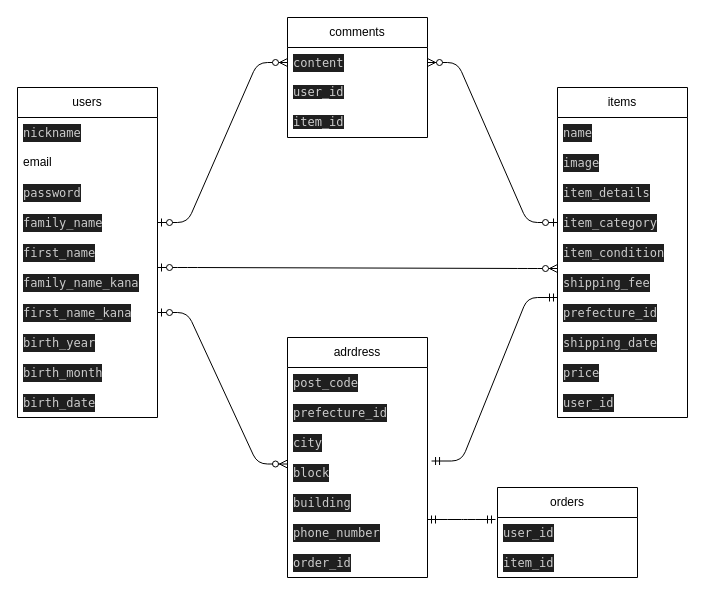
Before: db/database-furima.dio in kazue-totoro/furima-41356, a draw.io diagram. Source tidied: cells renumbered, new cells numbered last; positions are measured from the earlier drawing's top-left corner, leaving out a move shared by most shapes. Both pictures are drawn from the tidied source at 100%, with x=0, y=0 at pixel (17, 17).
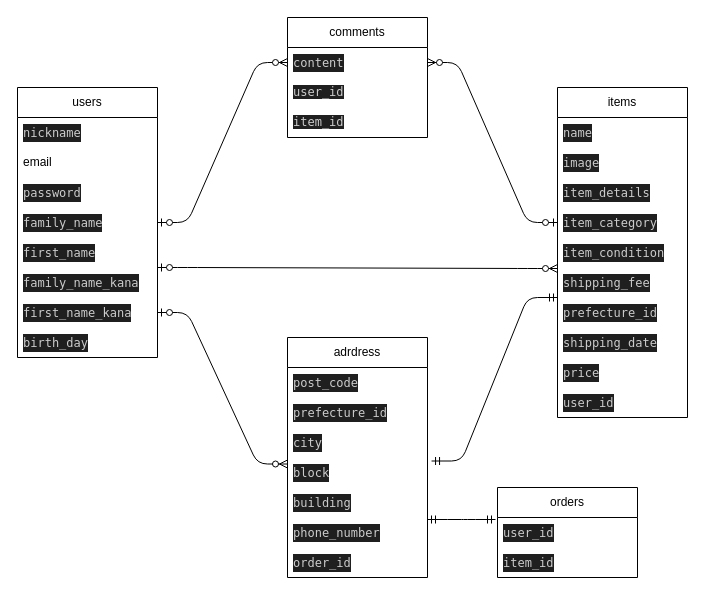
Above is the later version.

Commit message (it also covers changes not shown here):
設計情報の修正（README・ER図）

Diff of the diagram source:
```diff
@@
     <mxCell id="2" value="users" style="swimlane;fontStyle=0;horizontal=1;startSize=30;whiteSpace=wrap;html=1;" parent="1" vertex="1">
-      <mxGeometry y="70" width="140" height="330" as="geometry" />
+      <mxGeometry y="70" width="140" height="270" as="geometry" />
     </mxCell>
@@
-    <mxCell id="10" value="&lt;div style=&quot;color: rgb(204, 204, 204); background-color: rgb(31, 31, 31); font-family: Menlo, Monaco, &amp;quot;Courier New&amp;quot;, monospace; line-height: 18px;&quot;&gt;birth_year&lt;/div&gt;" style="text;strokeColor=none;fillColor=none;align=left;verticalAlign=middle;spacingLeft=4;spacingRight=4;overflow=hidden;whiteSpace=wrap;html=1;" parent="2" vertex="1">
+    <mxCell id="10" value="&lt;div style=&quot;color: rgb(204, 204, 204); background-color: rgb(31, 31, 31); font-family: Menlo, Monaco, &amp;quot;Courier New&amp;quot;, monospace; line-height: 18px;&quot;&gt;birth_day&lt;/div&gt;" style="text;strokeColor=none;fillColor=none;align=left;verticalAlign=middle;spacingLeft=4;spacingRight=4;overflow=hidden;whiteSpace=wrap;html=1;" parent="2" vertex="1">
       <mxGeometry y="240" width="140" height="30" as="geometry" />
     </mxCell>
-    <mxCell id="11" value="&lt;div style=&quot;color: rgb(204, 204, 204); background-color: rgb(31, 31, 31); font-family: Menlo, Monaco, &amp;quot;Courier New&amp;quot;, monospace; line-height: 18px;&quot;&gt;birth_month&lt;/div&gt;" style="text;strokeColor=none;fillColor=none;align=left;verticalAlign=middle;spacingLeft=4;spacingRight=4;overflow=hidden;whiteSpace=wrap;html=1;" parent="2" vertex="1">
-      <mxGeometry y="270" width="140" height="30" as="geometry" />
-    </mxCell>
-    <mxCell id="12" value="&lt;div style=&quot;color: rgb(204, 204, 204); background-color: rgb(31, 31, 31); font-family: Menlo, Monaco, &amp;quot;Courier New&amp;quot;, monospace; line-height: 18px;&quot;&gt;birth_date&lt;/div&gt;" style="text;strokeColor=none;fillColor=none;align=left;verticalAlign=middle;spacingLeft=4;spacingRight=4;overflow=hidden;whiteSpace=wrap;html=1;" parent="2" vertex="1">
-      <mxGeometry y="300" width="140" height="30" as="geometry" />
-    </mxCell>
```
